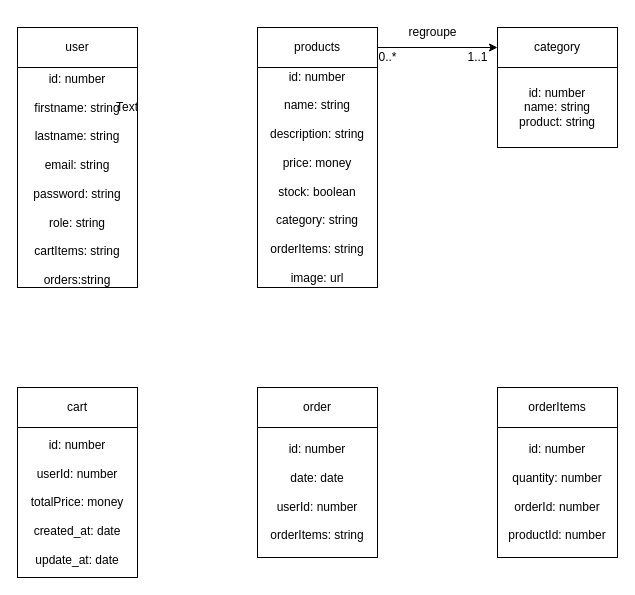
The draw.io diagram UMLclasses.drawio in sdeurt/sportmatos_back, before the edit. Source tidied: cells renumbered, new cells numbered last; positions are measured from the earlier drawing's top-left corner, leaving out a move shared by most shapes. Both pictures are drawn from the tidied source at 100%, with x=0, y=0 at pixel (17, 17).
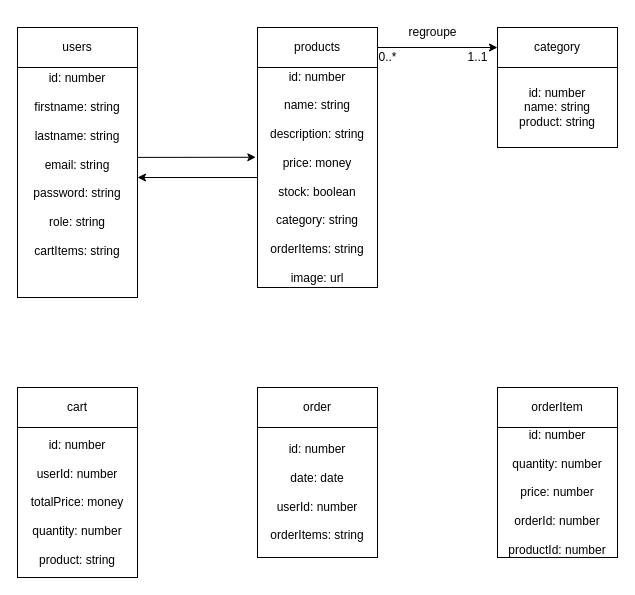
After the change.

The change refers to these unchanged cells:
```xml
<mxCell id="17" value="id: number&lt;br&gt;&lt;br&gt;name: string&lt;br&gt;&lt;br&gt;description: string&lt;br&gt;&lt;br&gt;price: money&lt;br&gt;&lt;br&gt;stock: boolean&lt;br&gt;&lt;br&gt;category: string&lt;br&gt;&lt;br&gt;orderItems: string&lt;br&gt;&lt;br&gt;image: url" style="text;html=1;strokeColor=none;fillColor=none;align=center;verticalAlign=middle;whiteSpace=wrap;rounded=0;" parent="1" vertex="1">
  <mxGeometry x="240" y="50" width="120" height="220" as="geometry" />
</mxCell>
```

Change to the diagram source:
```diff
@@
-    <mxCell id="2" value="user" style="rounded=0;whiteSpace=wrap;html=1;" parent="1" vertex="1">
-      <mxGeometry y="10" width="120" height="40" as="geometry" />
-    </mxCell>
@@
-    <mxCell id="5" value="orderItems" style="rounded=0;whiteSpace=wrap;html=1;" parent="1" vertex="1">
+    <mxCell id="5" value="orderItem" style="rounded=0;whiteSpace=wrap;html=1;" parent="1" vertex="1">
       <mxGeometry x="480" y="370" width="120" height="40" as="geometry" />
     </mxCell>
@@
     <mxCell id="9" style="rounded=0;whiteSpace=wrap;html=1;" parent="1" vertex="1">
-      <mxGeometry y="50" width="120" height="220" as="geometry" />
+      <mxGeometry y="50" width="120" height="230" as="geometry" />
     </mxCell>
@@
+    <mxCell id="25" style="edgeStyle=none;html=1;entryX=-0.014;entryY=0.408;entryDx=0;entryDy=0;entryPerimeter=0;" parent="1" edge="1" source="14" target="17">
+      <mxGeometry relative="1" as="geometry" />
+    </mxCell>
-    <mxCell id="14" value="&lt;br&gt;id: number&lt;br&gt;&lt;br&gt;firstname: string&lt;br&gt;&lt;br&gt;lastname: string&lt;br&gt;&lt;br&gt;email: string&lt;br&gt;&lt;br&gt;password: string&lt;br&gt;&lt;br&gt;role: string&lt;br&gt;&lt;br&gt;cartItems: string&lt;br&gt;&lt;br&gt;orders:string" style="text;html=1;strokeColor=none;fillColor=none;align=center;verticalAlign=middle;whiteSpace=wrap;rounded=0;" parent="1" vertex="1">
-      <mxGeometry y="70" width="120" height="170" as="geometry" />
+    <mxCell id="14" value="&lt;br&gt;id: number&lt;br&gt;&lt;br&gt;firstname: string&lt;br&gt;&lt;br&gt;lastname: string&lt;br&gt;&lt;br&gt;email: string&lt;br&gt;&lt;br&gt;password: string&lt;br&gt;&lt;br&gt;role: string&lt;br&gt;&lt;br&gt;cartItems: string&lt;br&gt;" style="text;html=1;strokeColor=none;fillColor=none;align=center;verticalAlign=middle;whiteSpace=wrap;rounded=0;" parent="1" vertex="1">
+      <mxGeometry y="90" width="120" height="100" as="geometry" />
     </mxCell>
@@
+    <mxCell id="26" style="edgeStyle=none;html=1;" parent="1" edge="1" source="17">
+      <mxGeometry relative="1" as="geometry">
+        <mxPoint x="120" y="160" as="targetPoint" />
+      </mxGeometry>
+    </mxCell>
@@
-    <mxCell id="19" value="id: number&lt;br&gt;&lt;br&gt;quantity: number&lt;br&gt;&lt;br&gt;orderId: number&lt;br&gt;&lt;br&gt;productId: number&lt;br&gt;" style="text;html=1;strokeColor=none;fillColor=none;align=center;verticalAlign=middle;whiteSpace=wrap;rounded=0;" parent="1" vertex="1">
+    <mxCell id="19" value="id: number&lt;br&gt;&lt;br&gt;quantity: number&lt;br&gt;&lt;br&gt;price: number&lt;br&gt;&lt;br&gt;orderId: number&lt;br&gt;&lt;br&gt;productId: number" style="text;html=1;strokeColor=none;fillColor=none;align=center;verticalAlign=middle;whiteSpace=wrap;rounded=0;" parent="1" vertex="1">
       <mxGeometry x="480" y="410" width="120" height="130" as="geometry" />
     </mxCell>
-    <mxCell id="20" value="id: number&lt;br&gt;&lt;br&gt;userId: number&lt;br&gt;&lt;br&gt;totalPrice: money&lt;br&gt;&lt;br&gt;created_at: date&lt;br&gt;&lt;br&gt;update_at: date" style="text;html=1;strokeColor=none;fillColor=none;align=center;verticalAlign=middle;whiteSpace=wrap;rounded=0;" parent="1" vertex="1">
+    <mxCell id="20" value="id: number&lt;br&gt;&lt;br&gt;userId: number&lt;br&gt;&lt;br&gt;totalPrice: money&lt;br&gt;&lt;br&gt;quantity: number&lt;br&gt;&lt;br&gt;product: string" style="text;html=1;strokeColor=none;fillColor=none;align=center;verticalAlign=middle;whiteSpace=wrap;rounded=0;" parent="1" vertex="1">
       <mxGeometry y="410" width="120" height="150" as="geometry" />
     </mxCell>
-    <mxCell id="21" value="Text" style="text;html=1;strokeColor=none;fillColor=none;align=center;verticalAlign=middle;whiteSpace=wrap;rounded=0;" parent="1" vertex="1">
-      <mxGeometry x="80" y="75" width="60" height="30" as="geometry" />
-    </mxCell>
@@
+    <mxCell id="27" value="users" style="rounded=0;whiteSpace=wrap;html=1;" parent="1" vertex="1">
+      <mxGeometry y="10" width="120" height="40" as="geometry" />
+    </mxCell>
```
